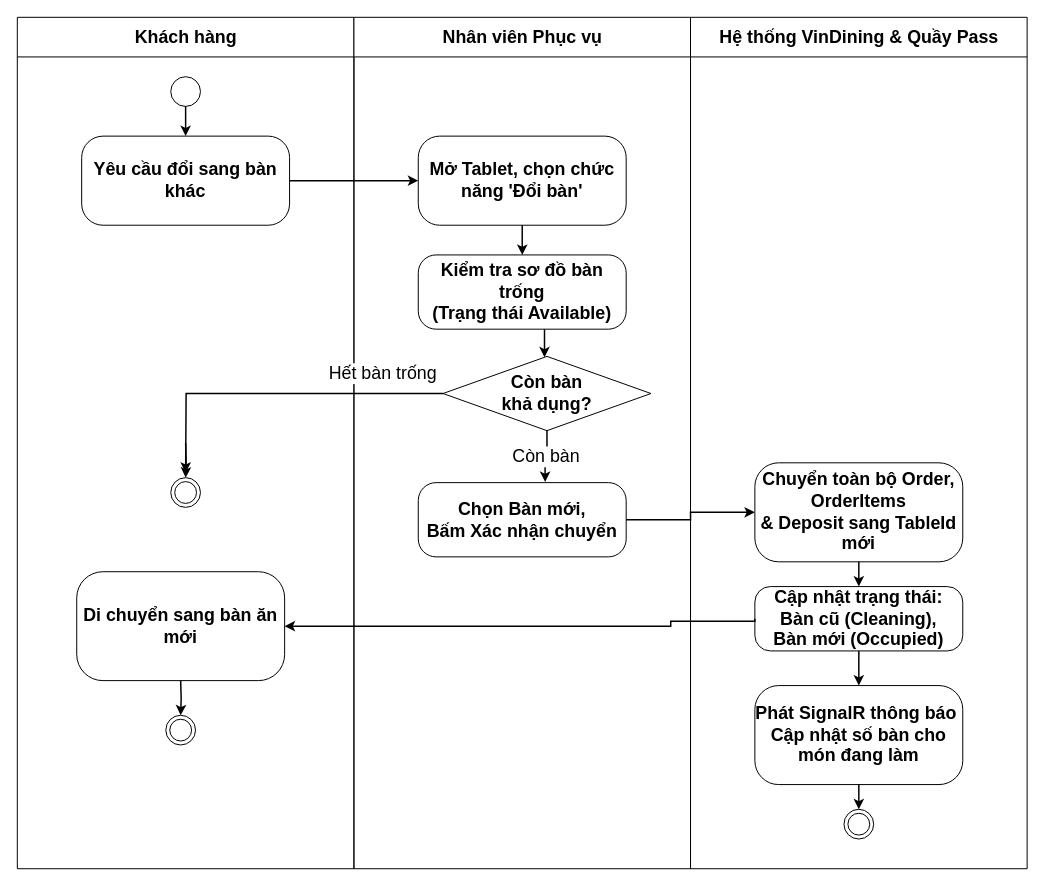
Before: docs/phase1/drawio/ad07_change_table.drawio in AndrewQng/VinDining, a draw.io diagram. Source tidied: cells renumbered, new cells numbered last; positions are measured from the earlier drawing's top-left corner, leaving out a move shared by most shapes. Both pictures are drawn from the tidied source at 99%, with x=0, y=0 at pixel (17, 17).
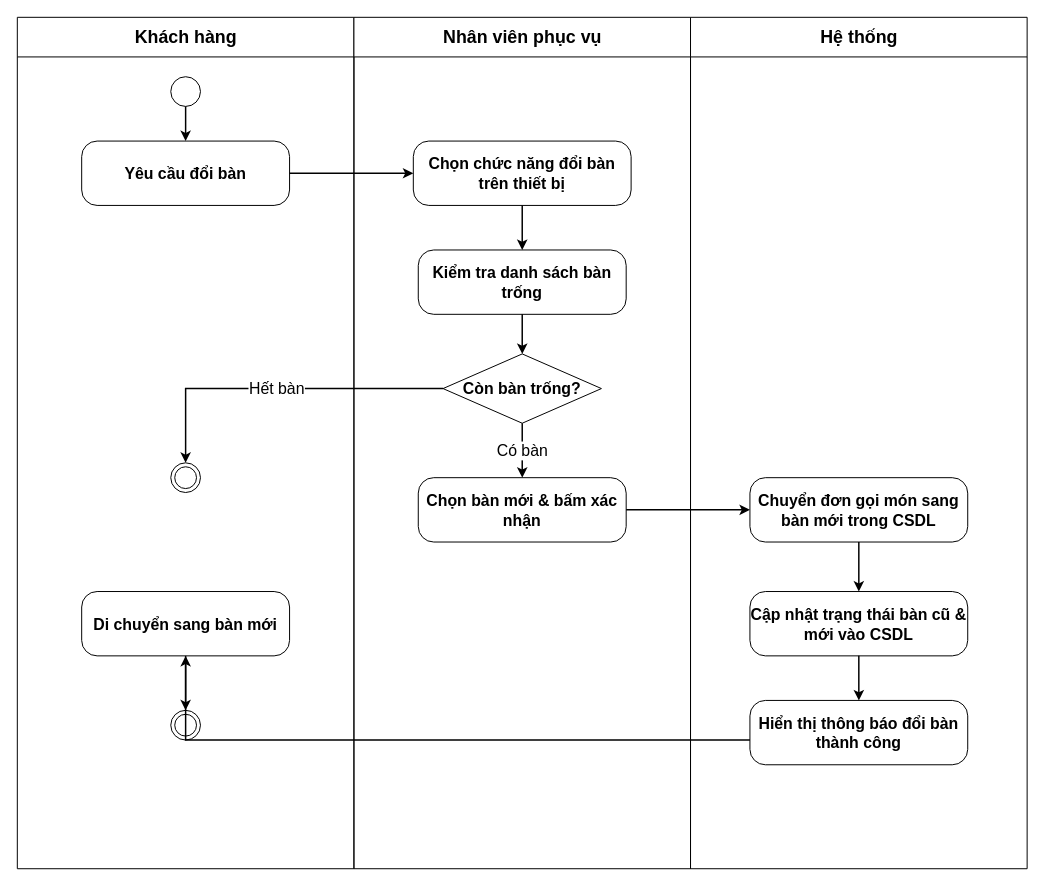
Above is the later version.

The change refers to these unchanged cells:
```xml
<mxCell id="2" value="Khách hàng" style="swimlane;html=1;startSize=40;horizontal=1;fontStyle=1;fontSize=18;align=center;verticalAlign=middle;swimlaneLine=1;" parent="1" vertex="1">
  <mxGeometry width="340" height="860" as="geometry" />
</mxCell>
<mxCell id="3" style="ellipse;whiteSpace=wrap;html=1;fontSize=18;" parent="2" vertex="1">
  <mxGeometry x="155" y="60" width="30" height="30" as="geometry" />
</mxCell>
```

Diff of the diagram source:
```diff
@@
-    <mxCell id="4" value="Yêu cầu đổi sang bàn khác" style="rounded=1;arcSize=24;whiteSpace=wrap;html=1;fontStyle=1;fontSize=18;align=center;verticalAlign=middle;" parent="2" vertex="1">
-      <mxGeometry x="65" y="120" width="210" height="90" as="geometry" />
+    <mxCell id="4" value="Yêu cầu đổi bàn" style="rounded=1;arcSize=24;whiteSpace=wrap;html=1;fontStyle=1;fontSize=16;align=center;verticalAlign=middle;" parent="2" vertex="1">
+      <mxGeometry x="65" y="125" width="210" height="65" as="geometry" />
     </mxCell>
     <mxCell id="5" style="ellipse;html=1;shape=endState;fontSize=18;" parent="2" vertex="1">
-      <mxGeometry x="155" y="465" width="30" height="30" as="geometry" />
+      <mxGeometry x="155" y="450" width="30" height="30" as="geometry" />
     </mxCell>
-    <mxCell id="6" style="edgeStyle=orthogonalEdgeStyle;rounded=0;strokeWidth=1.5;html=1;fontSize=18;" parent="2" edge="1" target="5">
-      <mxGeometry relative="1" as="geometry">
-        <mxPoint x="170" y="430" as="sourcePoint" />
-      </mxGeometry>
-    </mxCell>
+    <mxCell id="9" value="Di chuyển sang bàn mới" style="rounded=1;arcSize=24;whiteSpace=wrap;html=1;fontStyle=1;fontSize=16;align=center;verticalAlign=middle;" parent="2" vertex="1">
+      <mxGeometry x="65" y="580" width="210" height="65" as="geometry" />
+    </mxCell>
     <mxCell id="7" style="ellipse;html=1;shape=endState;fontSize=18;" parent="2" vertex="1">
-      <mxGeometry x="150" y="705" width="30" height="30" as="geometry" />
+      <mxGeometry x="155" y="700" width="30" height="30" as="geometry" />
     </mxCell>
-    <mxCell id="8" style="edgeStyle=orthogonalEdgeStyle;rounded=0;strokeWidth=1.5;html=1;fontSize=18;" parent="2" edge="1" target="7">
-      <mxGeometry relative="1" as="geometry">
-        <mxPoint x="165" y="670" as="sourcePoint" />
-      </mxGeometry>
+    <mxCell id="8" style="edgeStyle=orthogonalEdgeStyle;rounded=0;strokeWidth=1.5;html=1;fontSize=16;" parent="2" edge="1" source="9" target="7">
+      <mxGeometry relative="1" as="geometry" />
     </mxCell>
-    <mxCell id="9" value="Di chuyển sang bàn ăn mới" style="rounded=1;arcSize=24;whiteSpace=wrap;html=1;fontStyle=1;fontSize=18;align=center;verticalAlign=middle;" parent="2" vertex="1">
-      <mxGeometry x="60" y="560" width="210" height="110" as="geometry" />
-    </mxCell>
-    <mxCell id="10" value="Nhân viên Phục vụ" style="swimlane;html=1;startSize=40;horizontal=1;fontStyle=1;fontSize=18;align=center;verticalAlign=middle;swimlaneLine=1;" parent="1" vertex="1">
+    <mxCell id="10" value="Nhân viên phục vụ" style="swimlane;html=1;startSize=40;horizontal=1;fontStyle=1;fontSize=18;align=center;verticalAlign=middle;swimlaneLine=1;" parent="1" vertex="1">
       <mxGeometry x="340" width="340" height="860" as="geometry" />
     </mxCell>
-    <mxCell id="11" value="Mở Tablet, chọn chức năng 'Đổi bàn'" style="rounded=1;arcSize=24;whiteSpace=wrap;html=1;fontStyle=1;fontSize=18;align=center;verticalAlign=middle;" parent="10" vertex="1">
-      <mxGeometry x="65" y="120" width="210" height="90" as="geometry" />
+    <mxCell id="11" value="Chọn chức năng đổi bàn trên thiết bị" style="rounded=1;arcSize=24;whiteSpace=wrap;html=1;fontStyle=1;fontSize=16;align=center;verticalAlign=middle;" parent="10" vertex="1">
+      <mxGeometry x="60" y="125" width="220" height="65" as="geometry" />
     </mxCell>
+    <mxCell id="16" value="Kiểm tra danh sách bàn trống" style="rounded=1;arcSize=24;whiteSpace=wrap;html=1;fontStyle=1;fontSize=16;align=center;verticalAlign=middle;" parent="10" vertex="1">
+      <mxGeometry x="65" y="235" width="210" height="65" as="geometry" />
+    </mxCell>
-    <mxCell id="12" value="Còn bàn&lt;div&gt;khả dụng?&lt;/div&gt;" style="rhombus;whiteSpace=wrap;html=1;fontStyle=1;fontSize=18;align=center;verticalAlign=middle;" parent="10" vertex="1">
-      <mxGeometry x="90" y="342.5" width="210" height="75" as="geometry" />
+    <mxCell id="12" value="Còn bàn trống?" style="rhombus;whiteSpace=wrap;html=1;fontStyle=1;fontSize=16;align=center;verticalAlign=middle;" parent="10" vertex="1">
+      <mxGeometry x="90" y="340" width="160" height="70" as="geometry" />
     </mxCell>
-    <mxCell id="13" value="Chọn Bàn mới,&lt;br&gt;Bấm Xác nhận chuyển" style="rounded=1;arcSize=24;whiteSpace=wrap;html=1;fontStyle=1;fontSize=18;align=center;verticalAlign=middle;" parent="10" vertex="1">
-      <mxGeometry x="65" y="470" width="210" height="75" as="geometry" />
+    <mxCell id="13" value="Chọn bàn mới &amp;amp; bấm xác nhận" style="rounded=1;arcSize=24;whiteSpace=wrap;html=1;fontStyle=1;fontSize=16;align=center;verticalAlign=middle;" parent="10" vertex="1">
+      <mxGeometry x="65" y="465" width="210" height="65" as="geometry" />
     </mxCell>
-    <mxCell id="14" style="edgeStyle=orthogonalEdgeStyle;rounded=0;strokeWidth=1.5;html=1;fontSize=18;" parent="10" edge="1" source="16" target="12">
-      <mxGeometry relative="1" as="geometry">
-        <Array as="points">
-          <mxPoint x="192.5" y="320" />
-          <mxPoint x="192.5" y="320" />
-        </Array>
-      </mxGeometry>
+    <mxCell id="14" style="edgeStyle=orthogonalEdgeStyle;rounded=0;strokeWidth=1.5;html=1;fontSize=16;" parent="10" edge="1" source="16" target="12">
+      <mxGeometry relative="1" as="geometry" />
     </mxCell>
-    <mxCell id="15" value="Còn bàn" style="edgeStyle=orthogonalEdgeStyle;rounded=0;strokeWidth=1.5;html=1;fontSize=18;labelBackgroundColor=#ffffff;exitX=0.5;exitY=1;entryX=0.61;entryY=-0.01;entryDx=0;entryDy=0;entryPerimeter=0;" parent="10" edge="1" source="12" target="13">
+    <mxCell id="15" value="Có bàn" style="edgeStyle=orthogonalEdgeStyle;rounded=0;strokeWidth=1.5;html=1;fontSize=16;labelBackgroundColor=#ffffff;" parent="10" edge="1" source="12" target="13">
       <mxGeometry relative="1" as="geometry" />
     </mxCell>
-    <mxCell id="16" value="Kiểm tra sơ đồ bàn trống&#10;(Trạng thái Available)" style="rounded=1;arcSize=24;whiteSpace=wrap;html=1;fontStyle=1;fontSize=18;align=center;verticalAlign=middle;" parent="10" vertex="1">
-      <mxGeometry x="65" y="240" width="210" height="75" as="geometry" />
-    </mxCell>
-    <mxCell id="17" value="Hệ thống VinDining &amp;amp; Quầy Pass" style="swimlane;html=1;startSize=40;horizontal=1;fontStyle=1;fontSize=18;align=center;verticalAlign=middle;swimlaneLine=1;" parent="1" vertex="1">
+    <mxCell id="17" value="Hệ thống" style="swimlane;html=1;startSize=40;horizontal=1;fontStyle=1;fontSize=18;align=center;verticalAlign=middle;swimlaneLine=1;" parent="1" vertex="1">
       <mxGeometry x="680" width="340" height="860" as="geometry" />
     </mxCell>
-    <mxCell id="18" value="Chuyển toàn bộ Order, OrderItems&#10;&amp;amp; Deposit sang TableId mới" style="rounded=1;arcSize=24;whiteSpace=wrap;html=1;fontStyle=1;fontSize=18;align=center;verticalAlign=middle;" parent="17" vertex="1">
-      <mxGeometry x="65" y="450" width="210" height="100" as="geometry" />
+    <mxCell id="18" value="Chuyển đơn gọi món sang bàn mới trong CSDL" style="rounded=1;arcSize=24;whiteSpace=wrap;html=1;fontStyle=1;fontSize=16;align=center;verticalAlign=middle;" parent="17" vertex="1">
+      <mxGeometry x="60" y="465" width="220" height="65" as="geometry" />
     </mxCell>
-    <mxCell id="19" value="Cập nhật trạng thái: Bàn cũ (Cleaning),&#10;Bàn mới (Occupied)" style="rounded=1;arcSize=24;whiteSpace=wrap;html=1;fontStyle=1;fontSize=18;align=center;verticalAlign=middle;" parent="17" vertex="1">
-      <mxGeometry x="65" y="575" width="210" height="65" as="geometry" />
+    <mxCell id="19" value="Cập nhật trạng thái bàn cũ &amp;amp; mới vào CSDL" style="rounded=1;arcSize=24;whiteSpace=wrap;html=1;fontStyle=1;fontSize=16;align=center;verticalAlign=middle;" parent="17" vertex="1">
+      <mxGeometry x="60" y="580" width="220" height="65" as="geometry" />
     </mxCell>
-    <mxCell id="20" value="Phát SignalR thông báo&amp;nbsp;&lt;br&gt;Cập nhật số bàn cho món đang làm" style="rounded=1;arcSize=24;whiteSpace=wrap;html=1;fontStyle=1;fontSize=18;align=center;verticalAlign=middle;" parent="17" vertex="1">
-      <mxGeometry x="65" y="675" width="210" height="100" as="geometry" />
+    <mxCell id="20" value="Hiển thị thông báo đổi bàn thành công" style="rounded=1;arcSize=24;whiteSpace=wrap;html=1;fontStyle=1;fontSize=16;align=center;verticalAlign=middle;" parent="17" vertex="1">
+      <mxGeometry x="60" y="690" width="220" height="65" as="geometry" />
     </mxCell>
-    <mxCell id="21" style="edgeStyle=orthogonalEdgeStyle;rounded=0;strokeWidth=1.5;html=1;fontSize=18;" parent="17" edge="1" source="18" target="19">
+    <mxCell id="21" style="edgeStyle=orthogonalEdgeStyle;rounded=0;strokeWidth=1.5;html=1;fontSize=16;" parent="17" edge="1" source="18" target="19">
       <mxGeometry relative="1" as="geometry" />
     </mxCell>
-    <mxCell id="22" style="edgeStyle=orthogonalEdgeStyle;rounded=0;strokeWidth=1.5;html=1;fontSize=18;" parent="17" edge="1" source="19" target="20">
+    <mxCell id="22" style="edgeStyle=orthogonalEdgeStyle;rounded=0;strokeWidth=1.5;html=1;fontSize=16;" parent="17" edge="1" source="19" target="20">
       <mxGeometry relative="1" as="geometry" />
     </mxCell>
-    <mxCell id="23" style="ellipse;html=1;shape=endState;fontSize=18;" parent="17" vertex="1">
-      <mxGeometry x="155" y="800" width="30" height="30" as="geometry" />
-    </mxCell>
-    <mxCell id="24" style="edgeStyle=orthogonalEdgeStyle;rounded=0;strokeWidth=1.5;html=1;fontSize=18;" parent="17" edge="1" source="20" target="23">
-      <mxGeometry relative="1" as="geometry" />
-    </mxCell>
-    <mxCell id="25" style="edgeStyle=orthogonalEdgeStyle;rounded=0;strokeWidth=1.5;html=1;fontSize=18;" parent="1" edge="1" source="3" target="4">
+    <mxCell id="25" style="edgeStyle=orthogonalEdgeStyle;rounded=0;strokeWidth=1.5;html=1;fontSize=16;" parent="1" edge="1" source="3" target="4">
       <mxGeometry relative="1" as="geometry" />
     </mxCell>
-    <mxCell id="26" style="edgeStyle=orthogonalEdgeStyle;rounded=0;strokeWidth=1.5;html=1;exitX=1;exitY=0.5;entryX=0;entryY=0.5;fontSize=18;" parent="1" edge="1" source="4" target="11">
+    <mxCell id="26" style="edgeStyle=orthogonalEdgeStyle;rounded=0;strokeWidth=1.5;html=1;fontSize=16;" parent="1" edge="1" source="4" target="11">
       <mxGeometry relative="1" as="geometry" />
     </mxCell>
-    <mxCell id="27" style="edgeStyle=orthogonalEdgeStyle;rounded=0;strokeWidth=1.5;html=1;fontSize=18;" parent="1" edge="1" source="11" target="16">
+    <mxCell id="27" style="edgeStyle=orthogonalEdgeStyle;rounded=0;strokeWidth=1.5;html=1;fontSize=16;" parent="1" edge="1" source="11" target="16">
       <mxGeometry relative="1" as="geometry" />
     </mxCell>
-    <mxCell id="28" value="Hết bàn trống" style="edgeStyle=orthogonalEdgeStyle;rounded=0;strokeWidth=1.5;html=1;fontSize=18;labelBackgroundColor=#ffffff;exitX=0;exitY=0.5;" parent="1" edge="1" source="12">
-      <mxGeometry x="-0.64" y="-20" relative="1" as="geometry">
-        <mxPoint x="170" y="460" as="targetPoint" />
-      </mxGeometry>
+    <mxCell id="28" value="Hết bàn" style="edgeStyle=orthogonalEdgeStyle;rounded=0;strokeWidth=1.5;html=1;fontSize=16;labelBackgroundColor=#ffffff;" parent="1" edge="1" source="12" target="5">
+      <mxGeometry relative="1" as="geometry" />
     </mxCell>
-    <mxCell id="29" style="edgeStyle=orthogonalEdgeStyle;rounded=0;strokeWidth=1.5;html=1;exitX=1;exitY=0.5;entryX=0;entryY=0.5;fontSize=18;" parent="1" edge="1" source="13" target="18">
+    <mxCell id="29" style="edgeStyle=orthogonalEdgeStyle;rounded=0;strokeWidth=1.5;html=1;fontSize=16;" parent="1" edge="1" source="13" target="18">
       <mxGeometry relative="1" as="geometry" />
     </mxCell>
-    <mxCell id="30" style="edgeStyle=orthogonalEdgeStyle;rounded=0;strokeWidth=1.5;html=1;exitX=0;exitY=0.5;entryX=1;entryY=0.5;fontSize=18;" parent="1" edge="1" source="19" target="9">
+    <mxCell id="30" style="edgeStyle=orthogonalEdgeStyle;rounded=0;strokeWidth=1.5;html=1;fontSize=16;" parent="1" edge="1" source="20" target="9">
       <mxGeometry relative="1" as="geometry">
         <Array as="points">
-          <mxPoint x="745" y="610" />
-          <mxPoint x="660" y="610" />
-          <mxPoint x="660" y="615" />
+          <mxPoint x="850" y="730" />
+          <mxPoint x="170" y="730" />
         </Array>
       </mxGeometry>
     </mxCell>
```
